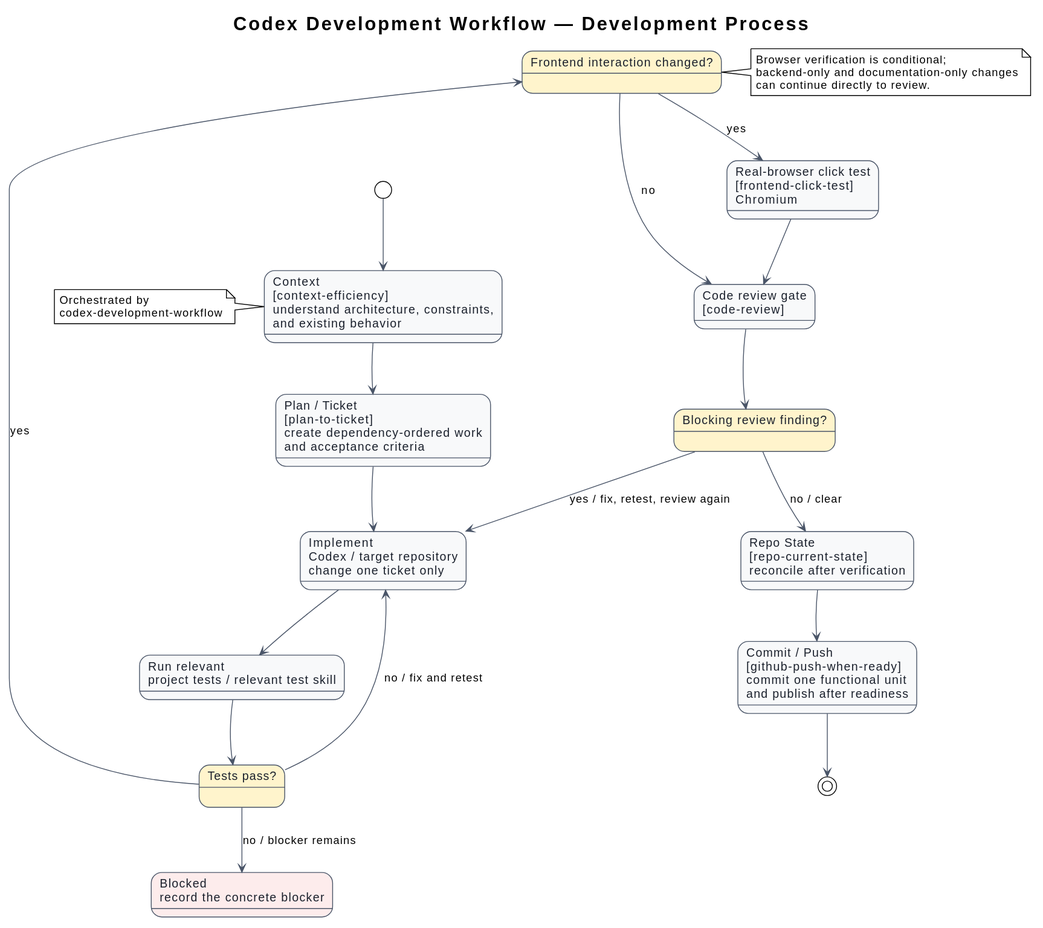
The PlantUML diagram docs/diagrams/architecture.svg in i-zrhe2016/codex-development-workflow, before a commit.
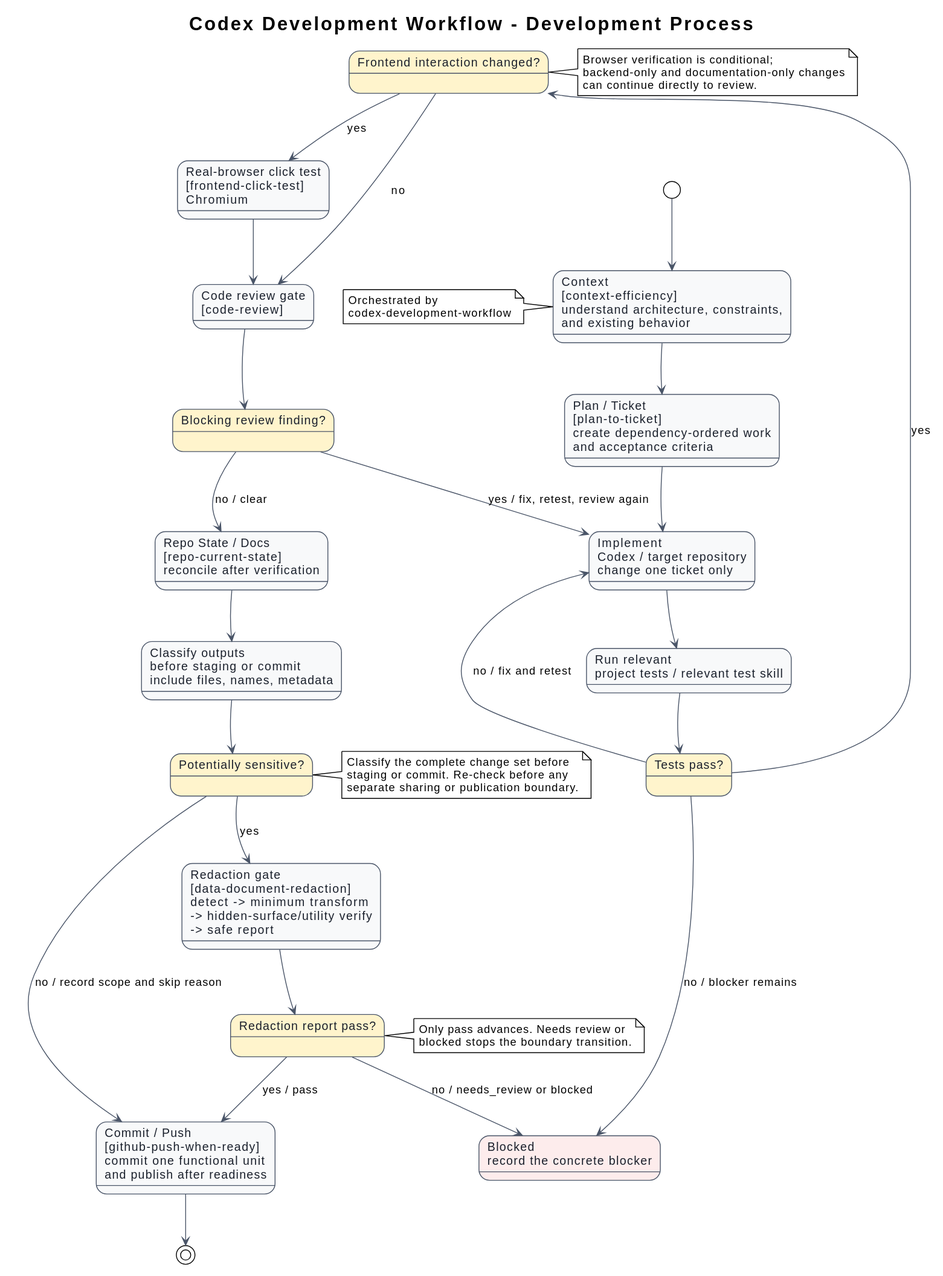
After the commit.

Commit message:
docs: update redaction workflow

Change to the diagram source:
```diff
@@ -10,7 +10,7 @@
   FontColor #1A202C
 }
 
-title Codex Development Workflow — Development Process
+title Codex Development Workflow - Development Process
 
 state "Context\n[context-efficiency]\nunderstand architecture, constraints,\nand existing behavior" as context
 state "Plan / Ticket\n[plan-to-ticket]\ncreate dependency-ordered work\nand acceptance criteria" as plan
@@ -21,7 +21,11 @@
 state "Real-browser click test\n[frontend-click-test]\nChromium" as browser
 state "Code review gate\n[code-review]" as review
 state "Blocking review finding?" as review_gate #FFF4CC
-state "Repo State\n[repo-current-state]\nreconcile after verification" as repo_state
+state "Repo State / Docs\n[repo-current-state]\nreconcile after verification" as repo_state
+state "Classify outputs\nbefore staging or commit\ninclude files, names, metadata" as classify
+state "Potentially sensitive?" as sensitive_gate #FFF4CC
+state "Redaction gate\n[data-document-redaction]\ndetect -> minimum transform\n-> hidden-surface/utility verify\n-> safe report" as redaction
+state "Redaction report pass?" as redaction_gate #FFF4CC
 state "Commit / Push\n[github-push-when-ready]\ncommit one functional unit\nand publish after readiness" as publish
 state "Blocked\nrecord the concrete blocker" as blocked #FDECEC
 
@@ -39,7 +43,13 @@
 review --> review_gate
 review_gate --> repo_state : no / clear
 review_gate --> implement : yes / fix, retest, review again
-repo_state --> publish
+repo_state --> classify
+classify --> sensitive_gate
+sensitive_gate --> redaction : yes
+sensitive_gate --> publish : no / record scope and skip reason
+redaction --> redaction_gate
+redaction_gate --> publish : yes / pass
+redaction_gate --> blocked : no / needs_review or blocked
 publish --> [*]
 
 context -[hidden]down-> plan
@@ -50,7 +60,11 @@
 frontend_gate -[hidden]down-> review
 review -[hidden]down-> review_gate
 review_gate -[hidden]down-> repo_state
-repo_state -[hidden]down-> publish
+repo_state -[hidden]down-> classify
+classify -[hidden]down-> sensitive_gate
+sensitive_gate -[hidden]down-> redaction
+redaction -[hidden]down-> redaction_gate
+redaction -[hidden]down-> publish
 
 note right of frontend_gate
 Browser verification is conditional;
@@ -58,6 +72,17 @@
 can continue directly to review.
 end note
 
+note right of sensitive_gate
+Classify the complete change set before
+staging or commit. Re-check before any
+separate sharing or publication boundary.
+end note
+
+note right of redaction_gate
+Only pass advances. Needs review or
+blocked stops the boundary transition.
+end note
+
 note left of context
 Orchestrated by
 codex-development-workflow
```
